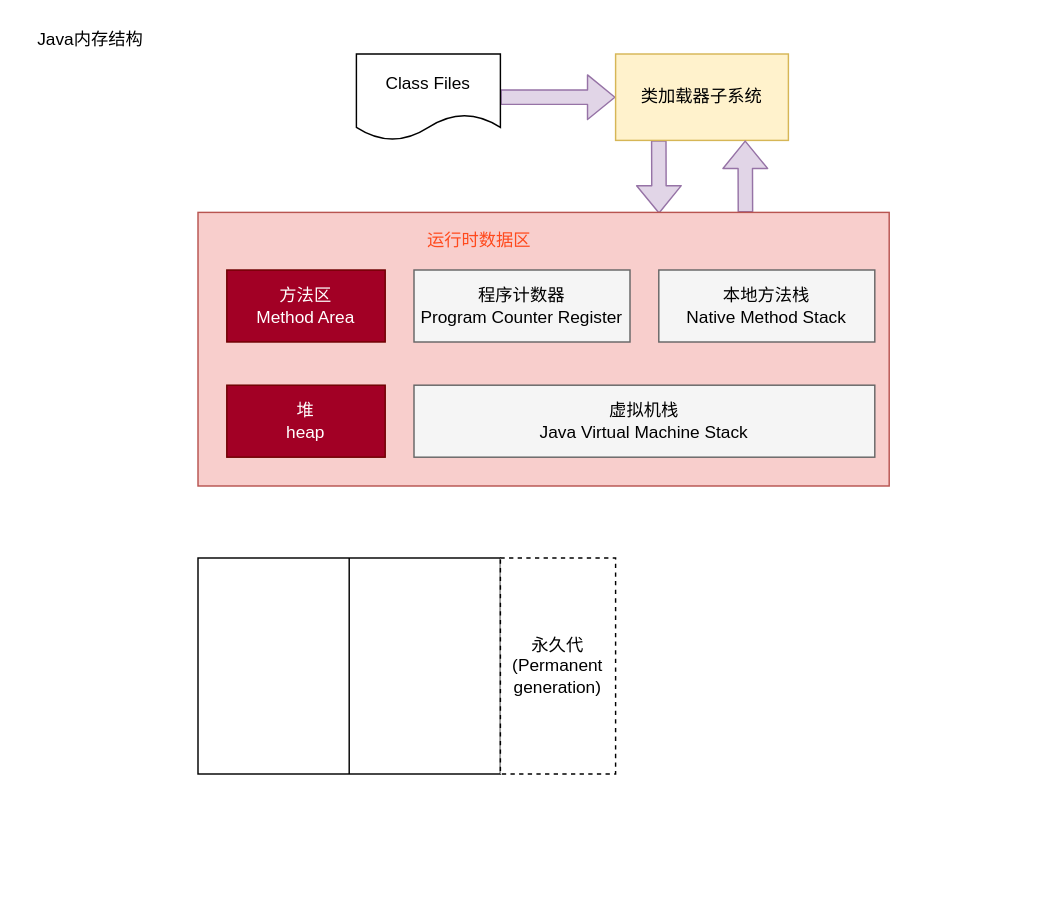
CoachHe/coachhe.github.io keeps this draw.io diagram as source/_posts/编程语言/Java/Java语言/JVM/图示/2 Java内存区域/堆空间内部结构.drawio. Above is the earlier version. Source tidied: cells renumbered, new cells numbered last; positions are measured from the earlier drawing's top-left corner, leaving out a move shared by most shapes. Both pictures are drawn from the tidied source at 144%, with x=0, y=0 at pixel (24, 24).
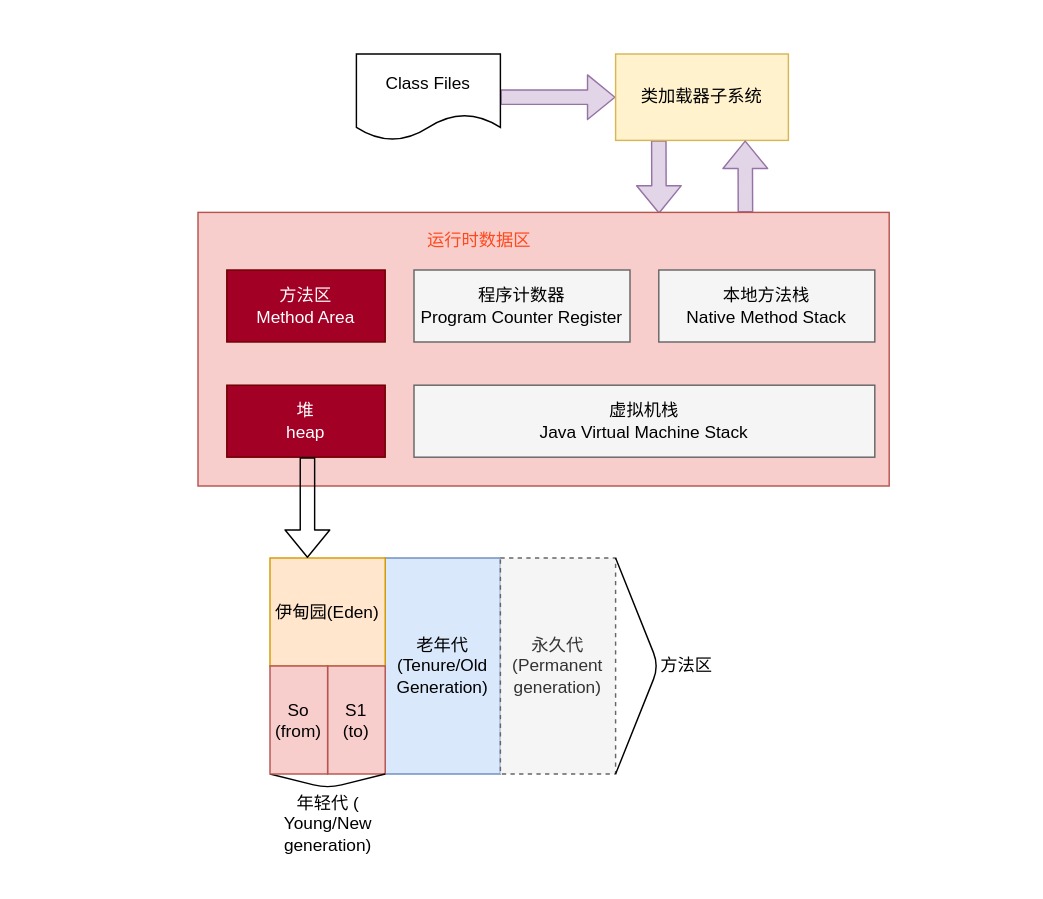
Above is the later version.

What changed in the source:
```diff
@@
     <mxCell id="2" style="whiteSpace=wrap;html=1;strokeColor=none;" parent="1" vertex="1">
-      <mxGeometry x="100" width="590" height="560" as="geometry" />
+      <mxGeometry x="100" width="590" height="590" as="geometry" />
     </mxCell>
@@
-    <mxCell id="15" value="Java内存结构" style="text;html=1;align=center;verticalAlign=middle;strokeColor=none;" parent="1" vertex="1">
-      <mxGeometry width="90" height="20" as="geometry" />
-    </mxCell>
-    <mxCell id="16" style="rounded=0;whiteSpace=wrap;html=1;" parent="1" vertex="1">
-      <mxGeometry x="120" y="370" width="210" height="150" as="geometry" />
+    <mxCell id="16" value="老年代(Tenure/Old Generation)" style="rounded=0;whiteSpace=wrap;html=1;fillColor=#dae8fc;strokeColor=#6c8ebf;" parent="1" vertex="1">
+      <mxGeometry x="250" y="370" width="80" height="150" as="geometry" />
     </mxCell>
-    <mxCell id="17" value="永久代(Permanent generation)" style="rounded=0;whiteSpace=wrap;html=1;dashed=1;" parent="1" vertex="1">
+    <mxCell id="17" value="永久代(Permanent generation)" style="rounded=0;whiteSpace=wrap;html=1;dashed=1;fillColor=#f5f5f5;strokeColor=#666666;fontColor=#333333;" parent="1" vertex="1">
       <mxGeometry x="330" y="370" width="80" height="150" as="geometry" />
     </mxCell>
-    <mxCell id="18" style="edgeStyle=none;html=1;exitX=0.5;exitY=0;exitDx=0;exitDy=0;entryX=0.5;entryY=1;entryDx=0;entryDy=0;endArrow=none;endFill=0;" parent="1" edge="1" source="16" target="16">
-      <mxGeometry relative="1" as="geometry" />
-    </mxCell>
+    <mxCell id="19" value="伊甸园(Eden)" style="rounded=0;whiteSpace=wrap;html=1;fillColor=#ffe6cc;strokeColor=#d79b00;" parent="1" vertex="1">
+      <mxGeometry x="170" y="370" width="80" height="75" as="geometry" />
+    </mxCell>
+    <mxCell id="20" value="S1 &lt;br&gt;(to)" style="rounded=0;whiteSpace=wrap;html=1;fillColor=#f8cecc;strokeColor=#b85450;" parent="1" vertex="1">
+      <mxGeometry x="210" y="445" width="40" height="75" as="geometry" />
+    </mxCell>
+    <mxCell id="21" style="edgeStyle=none;html=1;exitX=0;exitY=1;exitDx=0;exitDy=0;entryX=1;entryY=1;entryDx=0;entryDy=0;endArrow=none;endFill=0;" parent="1" edge="1" source="22" target="20">
+      <mxGeometry relative="1" as="geometry">
+        <Array as="points">
+          <mxPoint x="210" y="530" />
+        </Array>
+      </mxGeometry>
+    </mxCell>
+    <mxCell id="22" value="So (from)" style="rounded=0;whiteSpace=wrap;html=1;fillColor=#f8cecc;strokeColor=#b85450;" parent="1" vertex="1">
+      <mxGeometry x="170" y="445" width="40" height="75" as="geometry" />
+    </mxCell>
+    <mxCell id="23" value="年轻代 (&lt;br&gt;Young/New &lt;br&gt;generation)" style="text;html=1;align=center;verticalAlign=middle;strokeColor=none;" parent="1" vertex="1">
+      <mxGeometry x="170" y="530" width="80" height="50" as="geometry" />
+    </mxCell>
+    <mxCell id="24" style="edgeStyle=none;html=1;exitX=1;exitY=0;exitDx=0;exitDy=0;entryX=1;entryY=1;entryDx=0;entryDy=0;endArrow=none;endFill=0;" parent="1" edge="1" source="17" target="17">
+      <mxGeometry relative="1" as="geometry">
+        <Array as="points">
+          <mxPoint x="440" y="445" />
+        </Array>
+      </mxGeometry>
+    </mxCell>
+    <mxCell id="25" value="方法区" style="text;html=1;align=center;verticalAlign=middle;strokeColor=none;" parent="1" vertex="1">
+      <mxGeometry x="434" y="435" width="50" height="20" as="geometry" />
+    </mxCell>
+    <mxCell id="26" style="shape=flexArrow;endArrow=classic;html=1;exitX=0.5;exitY=1;exitDx=0;exitDy=0;" parent="1" edge="1">
+      <mxGeometry relative="1" as="geometry">
+        <mxPoint x="196" y="300" as="sourcePoint" />
+        <mxPoint x="196" y="370" as="targetPoint" />
+      </mxGeometry>
+    </mxCell>
```
